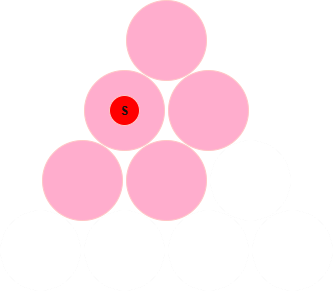
Above: diagrams/single-bomb.drawio.png in CalvinLac/wuhan-pong (draw.io), before the change. Source tidied: cells renumbered, new cells last; positions are measured from the earlier drawing's top-left corner, leaving out a move shared by most shapes.
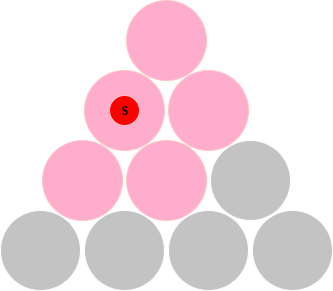
The same diagram one commit later.

What changed in the source:
```diff
@@ -35,19 +35,19 @@
     <mxCell id="12" value="&lt;b&gt;S&lt;/b&gt;" style="ellipse;whiteSpace=wrap;html=1;fillColor=light-dark(#A20025,#FF0000);fontColor=#ffffff;strokeColor=#6F0000;" parent="1" vertex="1">
       <mxGeometry x="109" y="95" width="30" height="30" as="geometry" />
     </mxCell>
-    <mxCell id="13" style="ellipse;whiteSpace=wrap;html=1;fillColor=light-dark(#FFFFFF,#FFFFFF);" parent="1" vertex="1">
+    <mxCell id="13" style="ellipse;whiteSpace=wrap;html=1;fillColor=light-dark(#FFFFFF,#C3C3C3);" parent="1" vertex="1">
       <mxGeometry x="210" y="140" width="80" height="80" as="geometry" />
     </mxCell>
-    <mxCell id="14" style="ellipse;whiteSpace=wrap;html=1;fillColor=light-dark(#FFFFFF,#FFFFFF);" parent="1" vertex="1">
+    <mxCell id="14" style="ellipse;whiteSpace=wrap;html=1;fillColor=light-dark(#FFFFFF,#C3C3C3);" parent="1" vertex="1">
       <mxGeometry x="252" y="210" width="80" height="80" as="geometry" />
     </mxCell>
-    <mxCell id="15" style="ellipse;whiteSpace=wrap;html=1;fillColor=light-dark(#FFFFFF,#FFFFFF);" parent="1" vertex="1">
+    <mxCell id="15" style="ellipse;whiteSpace=wrap;html=1;fillColor=light-dark(#FFFFFF,#C3C3C3);" parent="1" vertex="1">
       <mxGeometry x="168" y="210" width="80" height="80" as="geometry" />
     </mxCell>
-    <mxCell id="16" style="ellipse;whiteSpace=wrap;html=1;fillColor=light-dark(#FFFFFF,#FFFFFF);" parent="1" vertex="1">
+    <mxCell id="16" style="ellipse;whiteSpace=wrap;html=1;fillColor=light-dark(#FFFFFF,#C3C3C3);" parent="1" vertex="1">
       <mxGeometry x="84" y="210" width="80" height="80" as="geometry" />
     </mxCell>
-    <mxCell id="17" style="ellipse;whiteSpace=wrap;html=1;fillColor=light-dark(#FFFFFF,#FFFFFF);" parent="1" vertex="1">
+    <mxCell id="17" style="ellipse;whiteSpace=wrap;html=1;fillColor=light-dark(#FFFFFF,#C3C3C3);" parent="1" vertex="1">
       <mxGeometry y="210" width="80" height="80" as="geometry" />
     </mxCell>
   </root>
```
